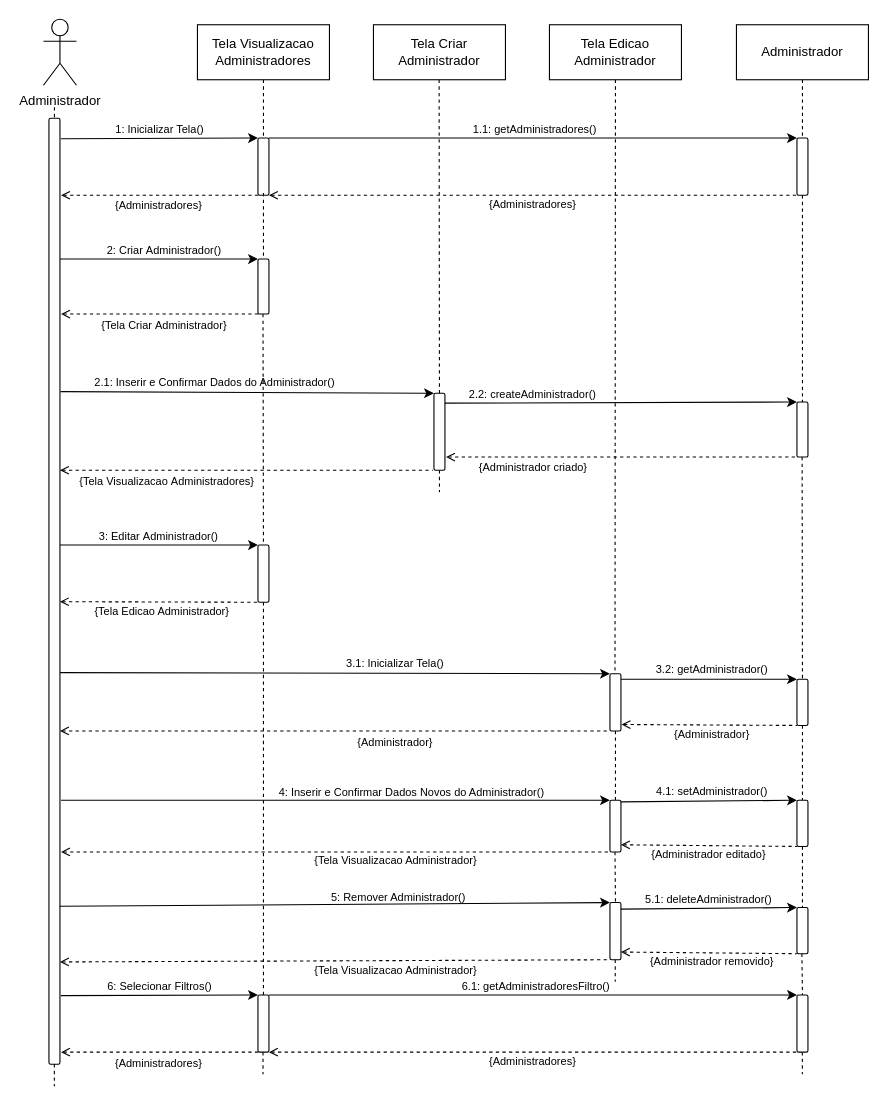
Above: Diagramas/Eng_de_Software/Modelos/Sequencia/Manter_Administradores.drawio in GabrielGMori/trabalho-conclus-o-ano (draw.io), before the change. Source tidied: cells renumbered, new cells numbered last; positions are measured from the earlier drawing's top-left corner, leaving out a move shared by most shapes. Both pictures are drawn from the tidied source at 110%, with x=0, y=0 at pixel (43, 19).
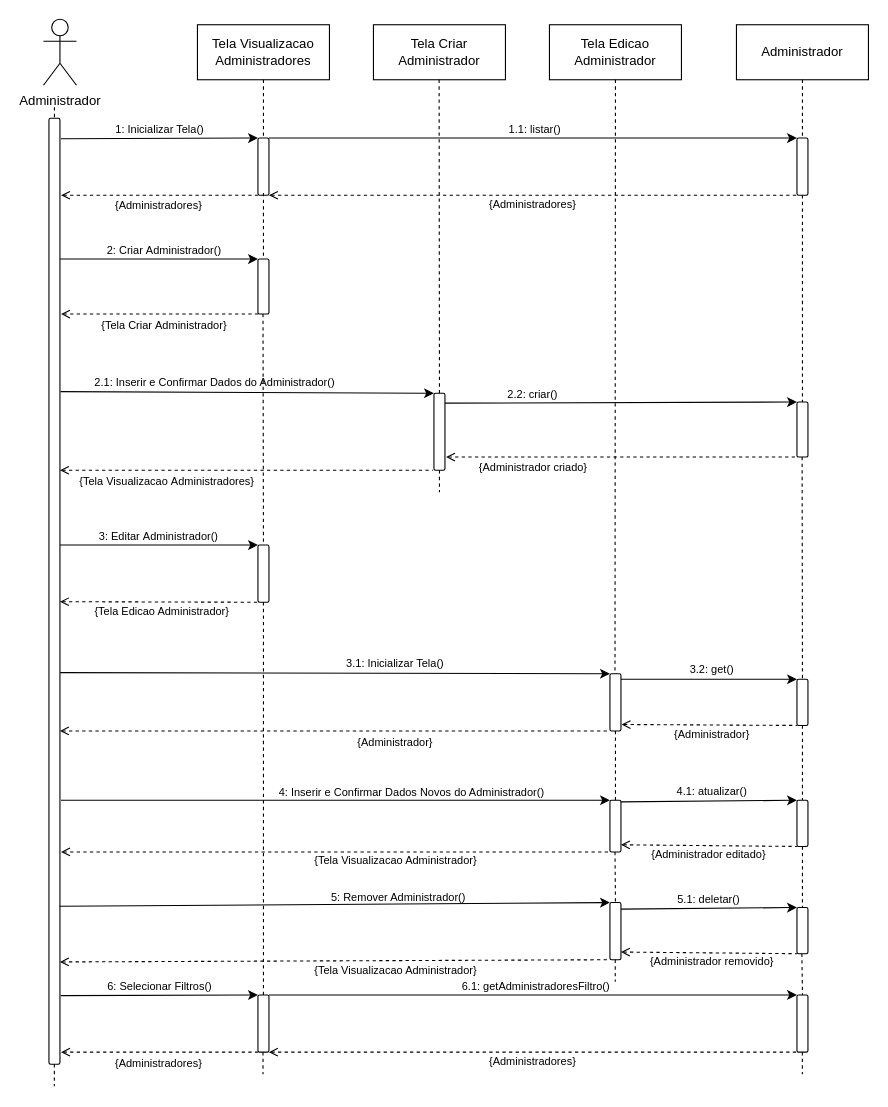
Above is the later version.

What changed in the source:
```diff
@@
-    <mxCell id="22" value="2.2: createAdministrador()" style="text;html=1;align=center;verticalAlign=middle;whiteSpace=wrap;rounded=0;fontSize=10;" parent="1" vertex="1">
+    <mxCell id="22" value="2.2: criar()" style="text;html=1;align=center;verticalAlign=middle;whiteSpace=wrap;rounded=0;fontSize=10;" parent="1" vertex="1">
       <mxGeometry x="345" y="331" width="200" height="20" as="geometry" />
     </mxCell>
@@
-    <mxCell id="34" value="&lt;font&gt;3.2: get&lt;/font&gt;Administrador&lt;font&gt;()&lt;/font&gt;" style="text;html=1;align=center;verticalAlign=middle;whiteSpace=wrap;rounded=0;fontSize=10;" parent="1" vertex="1">
+    <mxCell id="34" value="&lt;font&gt;3.2: get&lt;/font&gt;&lt;font&gt;()&lt;/font&gt;" style="text;html=1;align=center;verticalAlign=middle;whiteSpace=wrap;rounded=0;fontSize=10;" parent="1" vertex="1">
       <mxGeometry x="528" y="581" width="160" height="20" as="geometry" />
     </mxCell>
@@
-    <mxCell id="50" value="&lt;font&gt;1.1: get&lt;/font&gt;Administrador&lt;font&gt;es()&lt;/font&gt;" style="text;html=1;align=center;verticalAlign=middle;whiteSpace=wrap;rounded=0;fontSize=10;" parent="1" vertex="1">
+    <mxCell id="50" value="&lt;font&gt;1.1: listar&lt;/font&gt;&lt;font&gt;()&lt;/font&gt;" style="text;html=1;align=center;verticalAlign=middle;whiteSpace=wrap;rounded=0;fontSize=10;" parent="1" vertex="1">
       <mxGeometry x="367" y="90" width="160" height="20" as="geometry" />
     </mxCell>
@@
-    <mxCell id="58" value="&lt;font&gt;4.1: set&lt;/font&gt;Administrador&lt;font&gt;()&lt;/font&gt;" style="text;html=1;align=center;verticalAlign=middle;whiteSpace=wrap;rounded=0;fontSize=10;" parent="1" vertex="1">
+    <mxCell id="58" value="&lt;font&gt;4.1: atualizar&lt;/font&gt;&lt;font&gt;()&lt;/font&gt;" style="text;html=1;align=center;verticalAlign=middle;whiteSpace=wrap;rounded=0;fontSize=10;" parent="1" vertex="1">
       <mxGeometry x="528" y="692" width="160" height="20" as="geometry" />
     </mxCell>
@@
-    <mxCell id="69" value="&lt;font&gt;5.1: delete&lt;/font&gt;Administrador&lt;font&gt;()&lt;/font&gt;" style="text;html=1;align=center;verticalAlign=middle;whiteSpace=wrap;rounded=0;fontSize=10;" parent="1" vertex="1">
+    <mxCell id="69" value="&lt;font&gt;5.1: deletar&lt;/font&gt;&lt;font&gt;()&lt;/font&gt;" style="text;html=1;align=center;verticalAlign=middle;whiteSpace=wrap;rounded=0;fontSize=10;" parent="1" vertex="1">
       <mxGeometry x="525" y="789.5" width="160" height="20" as="geometry" />
     </mxCell>
```
